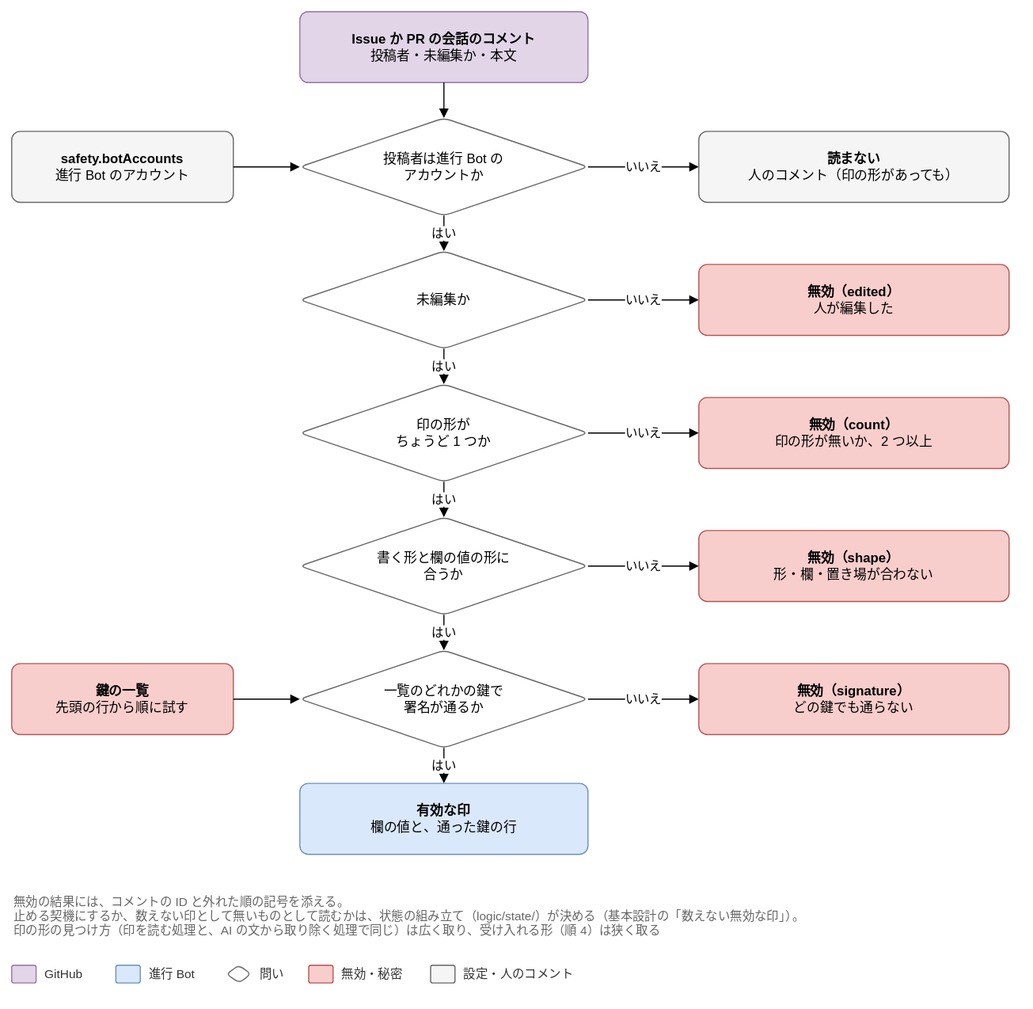
Above: docs/design/detailed/diagrams/03-read.drawio.svg in Joymerrevent/dev-autopilot (draw.io), before the change. Source tidied: cells renumbered, new cells last; positions are measured from the earlier drawing's top-left corner, leaving out a move shared by most shapes.
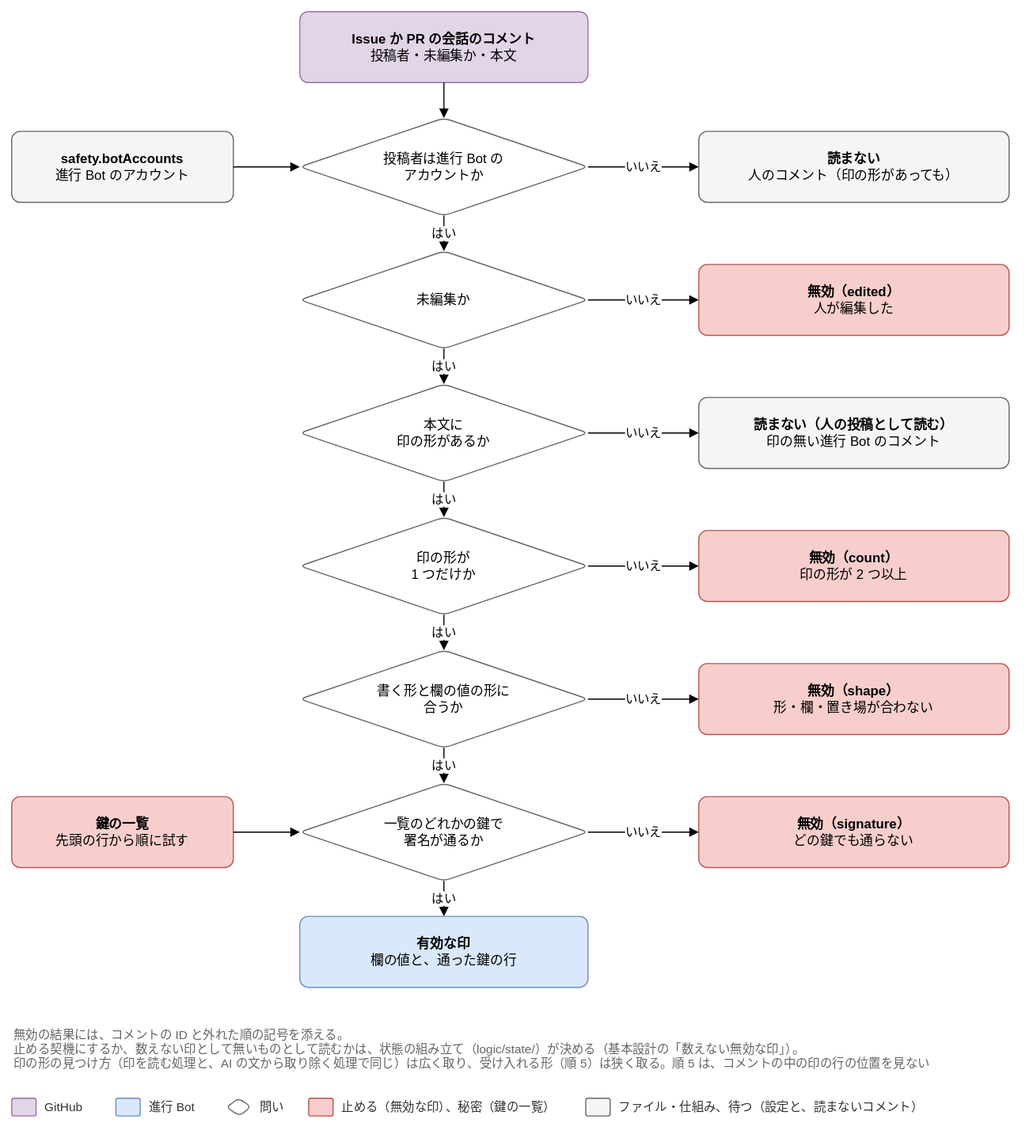
After the change.

What changed in the source:
```diff
@@ -3,13 +3,13 @@
     <mxCell id="0" />
     <mxCell id="1" parent="0" />
     <mxCell id="2" value="&lt;b&gt;Issue か PR の会話のコメント&lt;/b&gt;&lt;br&gt;投稿者・未編集か・本文" style="rounded=1;whiteSpace=wrap;html=1;fontSize=12;arcSize=12;spacing=12;fillColor=#e1d5e7;strokeColor=#9673a6;" parent="1" vertex="1">
-      <mxGeometry x="260" width="260" height="64" as="geometry" />
+      <mxGeometry x="260" y="-120" width="260" height="64" as="geometry" />
     </mxCell>
     <mxCell id="3" value="投稿者は進行 Bot の&lt;br&gt;アカウントか" style="rounded=1;whiteSpace=wrap;html=1;fontSize=12;arcSize=12;spacing=12;shape=rhombus;perimeter=rhombusPerimeter;fillColor=#ffffff;strokeColor=#666666;spacing=4;" parent="1" vertex="1">
-      <mxGeometry x="260" y="96" width="260" height="88" as="geometry" />
+      <mxGeometry x="260" y="-24" width="260" height="88" as="geometry" />
     </mxCell>
     <mxCell id="4" value="&lt;b&gt;読まない&lt;/b&gt;&lt;br&gt;人のコメント（印の形があっても）" style="rounded=1;whiteSpace=wrap;html=1;fontSize=12;arcSize=12;spacing=12;fillColor=#f5f5f5;strokeColor=#666666;" parent="1" vertex="1">
-      <mxGeometry x="620" y="108" width="280" height="64" as="geometry" />
+      <mxGeometry x="620" y="-12" width="280" height="64" as="geometry" />
     </mxCell>
     <mxCell id="5" style="edgeStyle=orthogonalEdgeStyle;rounded=1;html=1;endArrow=block;endFill=1;fontSize=11;labelBackgroundColor=#ffffff;exitX=0.5;exitY=1;exitDx=0;exitDy=0;entryX=0.5;entryY=0;entryDx=0;entryDy=0;" parent="1" edge="1" source="2" target="3">
       <mxGeometry relative="1" as="geometry" />
@@ -18,10 +18,10 @@
       <mxGeometry relative="1" as="geometry" />
     </mxCell>
     <mxCell id="7" value="未編集か" style="rounded=1;whiteSpace=wrap;html=1;fontSize=12;arcSize=12;spacing=12;shape=rhombus;perimeter=rhombusPerimeter;fillColor=#ffffff;strokeColor=#666666;spacing=4;" parent="1" vertex="1">
-      <mxGeometry x="260" y="216" width="260" height="88" as="geometry" />
+      <mxGeometry x="260" y="96" width="260" height="88" as="geometry" />
     </mxCell>
     <mxCell id="8" value="&lt;b&gt;無効（edited）&lt;/b&gt;&lt;br&gt;人が編集した" style="rounded=1;whiteSpace=wrap;html=1;fontSize=12;arcSize=12;spacing=12;fillColor=#f8cecc;strokeColor=#b85450;" parent="1" vertex="1">
-      <mxGeometry x="620" y="228" width="280" height="64" as="geometry" />
+      <mxGeometry x="620" y="108" width="280" height="64" as="geometry" />
     </mxCell>
     <mxCell id="9" value="はい" style="edgeStyle=orthogonalEdgeStyle;rounded=1;html=1;endArrow=block;endFill=1;fontSize=11;labelBackgroundColor=#ffffff;exitX=0.5;exitY=1;exitDx=0;exitDy=0;entryX=0.5;entryY=0;entryDx=0;entryDy=0;" parent="1" edge="1" source="3" target="7">
       <mxGeometry relative="1" as="geometry" />
@@ -29,13 +29,25 @@
     <mxCell id="10" value="いいえ" style="edgeStyle=orthogonalEdgeStyle;rounded=1;html=1;endArrow=block;endFill=1;fontSize=11;labelBackgroundColor=#ffffff;exitX=1;exitY=0.5;exitDx=0;exitDy=0;entryX=0;entryY=0.5;entryDx=0;entryDy=0;" parent="1" edge="1" source="7" target="8">
       <mxGeometry relative="1" as="geometry" />
     </mxCell>
+    <mxCell id="40" value="本文に&lt;br&gt;印の形があるか" style="rounded=1;whiteSpace=wrap;html=1;fontSize=12;arcSize=12;spacing=12;shape=rhombus;perimeter=rhombusPerimeter;fillColor=#ffffff;strokeColor=#666666;spacing=4;" parent="1" vertex="1">
+      <mxGeometry x="260" y="216" width="260" height="88" as="geometry" />
+    </mxCell>
+    <mxCell id="41" value="&lt;b&gt;読まない（人の投稿として読む）&lt;/b&gt;&lt;br&gt;印の無い進行 Bot のコメント" style="rounded=1;whiteSpace=wrap;html=1;fontSize=12;arcSize=12;spacing=12;fillColor=#f5f5f5;strokeColor=#666666;" parent="1" vertex="1">
+      <mxGeometry x="620" y="228" width="280" height="64" as="geometry" />
+    </mxCell>
+    <mxCell id="42" value="はい" style="edgeStyle=orthogonalEdgeStyle;rounded=1;html=1;endArrow=block;endFill=1;fontSize=11;labelBackgroundColor=#ffffff;exitX=0.5;exitY=1;exitDx=0;exitDy=0;entryX=0.5;entryY=0;entryDx=0;entryDy=0;" parent="1" edge="1" source="7" target="40">
+      <mxGeometry relative="1" as="geometry" />
+    </mxCell>
+    <mxCell id="43" value="いいえ" style="edgeStyle=orthogonalEdgeStyle;rounded=1;html=1;endArrow=block;endFill=1;fontSize=11;labelBackgroundColor=#ffffff;exitX=1;exitY=0.5;exitDx=0;exitDy=0;entryX=0;entryY=0.5;entryDx=0;entryDy=0;" parent="1" edge="1" source="40" target="41">
+      <mxGeometry relative="1" as="geometry" />
+    </mxCell>
-    <mxCell id="11" value="印の形が&lt;br&gt;ちょうど 1 つか" style="rounded=1;whiteSpace=wrap;html=1;fontSize=12;arcSize=12;spacing=12;shape=rhombus;perimeter=rhombusPerimeter;fillColor=#ffffff;strokeColor=#666666;spacing=4;" parent="1" vertex="1">
+    <mxCell id="11" value="印の形が&lt;br&gt;1 つだけか" style="rounded=1;whiteSpace=wrap;html=1;fontSize=12;arcSize=12;spacing=12;shape=rhombus;perimeter=rhombusPerimeter;fillColor=#ffffff;strokeColor=#666666;spacing=4;" parent="1" vertex="1">
       <mxGeometry x="260" y="336" width="260" height="88" as="geometry" />
     </mxCell>
-    <mxCell id="12" value="&lt;b&gt;無効（count）&lt;/b&gt;&lt;br&gt;印の形が無いか、2 つ以上" style="rounded=1;whiteSpace=wrap;html=1;fontSize=12;arcSize=12;spacing=12;fillColor=#f8cecc;strokeColor=#b85450;" parent="1" vertex="1">
+    <mxCell id="12" value="&lt;b&gt;無効（count）&lt;/b&gt;&lt;br&gt;印の形が 2 つ以上" style="rounded=1;whiteSpace=wrap;html=1;fontSize=12;arcSize=12;spacing=12;fillColor=#f8cecc;strokeColor=#b85450;" parent="1" vertex="1">
       <mxGeometry x="620" y="348" width="280" height="64" as="geometry" />
     </mxCell>
-    <mxCell id="13" value="はい" style="edgeStyle=orthogonalEdgeStyle;rounded=1;html=1;endArrow=block;endFill=1;fontSize=11;labelBackgroundColor=#ffffff;exitX=0.5;exitY=1;exitDx=0;exitDy=0;entryX=0.5;entryY=0;entryDx=0;entryDy=0;" parent="1" edge="1" source="7" target="11">
+    <mxCell id="13" value="はい" style="edgeStyle=orthogonalEdgeStyle;rounded=1;html=1;endArrow=block;endFill=1;fontSize=11;labelBackgroundColor=#ffffff;exitX=0.5;exitY=1;exitDx=0;exitDy=0;entryX=0.5;entryY=0;entryDx=0;entryDy=0;" parent="1" edge="1" source="40" target="11">
       <mxGeometry relative="1" as="geometry" />
     </mxCell>
     <mxCell id="14" value="いいえ" style="edgeStyle=orthogonalEdgeStyle;rounded=1;html=1;endArrow=block;endFill=1;fontSize=11;labelBackgroundColor=#ffffff;exitX=1;exitY=0.5;exitDx=0;exitDy=0;entryX=0;entryY=0.5;entryDx=0;entryDy=0;" parent="1" edge="1" source="11" target="12">
@@ -72,7 +84,7 @@
       <mxGeometry relative="1" as="geometry" />
     </mxCell>
     <mxCell id="25" value="&lt;b&gt;safety.botAccounts&lt;/b&gt;&lt;br&gt;進行 Bot のアカウント" style="rounded=1;whiteSpace=wrap;html=1;fontSize=12;arcSize=12;spacing=12;fillColor=#f5f5f5;strokeColor=#666666;" parent="1" vertex="1">
-      <mxGeometry y="108" width="200" height="64" as="geometry" />
+      <mxGeometry y="-12" width="200" height="64" as="geometry" />
     </mxCell>
     <mxCell id="26" style="edgeStyle=orthogonalEdgeStyle;rounded=1;html=1;endArrow=block;endFill=1;fontSize=11;labelBackgroundColor=#ffffff;exitX=1;exitY=0.5;exitDx=0;exitDy=0;entryX=0;entryY=0.5;entryDx=0;entryDy=0;" parent="1" edge="1" source="25" target="3">
       <mxGeometry relative="1" as="geometry" />
@@ -83,7 +95,7 @@
     <mxCell id="28" style="edgeStyle=orthogonalEdgeStyle;rounded=1;html=1;endArrow=block;endFill=1;fontSize=11;labelBackgroundColor=#ffffff;exitX=1;exitY=0.5;exitDx=0;exitDy=0;entryX=0;entryY=0.5;entryDx=0;entryDy=0;" parent="1" edge="1" source="27" target="19">
       <mxGeometry relative="1" as="geometry" />
     </mxCell>
-    <mxCell id="29" value="無効の結果には、コメントの ID と外れた順の記号を添える。&lt;br&gt;止める契機にするか、数えない印として無いものとして読むかは、状態の組み立て（logic/state/）が決める（基本設計の「数えない無効な印」）。&lt;br&gt;印の形の見つけ方（印を読む処理と、AI の文から取り除く処理で同じ）は広く取り、受け入れる形（順 4）は狭く取る" style="text;html=1;whiteSpace=wrap;align=left;verticalAlign=top;fontSize=11;fontColor=#666666;" parent="1" vertex="1">
+    <mxCell id="29" value="無効の結果には、コメントの ID と外れた順の記号を添える。&lt;br&gt;止める契機にするか、数えない印として無いものとして読むかは、状態の組み立て（logic/state/）が決める（基本設計の「数えない無効な印」）。&lt;br&gt;印の形の見つけ方（印を読む処理と、AI の文から取り除く処理で同じ）は広く取り、受け入れる形（順 5）は狭く取る。順 5 は、コメントの中の印の行の位置を見ない" style="text;html=1;whiteSpace=wrap;align=left;verticalAlign=top;fontSize=11;fontColor=#666666;" parent="1" vertex="1">
       <mxGeometry y="790" width="900" height="52" as="geometry" />
     </mxCell>
     <mxCell id="30" style="rounded=1;whiteSpace=wrap;html=1;fontSize=12;arcSize=12;spacing=12;fillColor=#e1d5e7;strokeColor=#9673a6;" parent="1" vertex="1">
@@ -107,14 +119,14 @@
     <mxCell id="36" style="rounded=1;whiteSpace=wrap;html=1;fontSize=12;arcSize=12;spacing=12;fillColor=#f8cecc;strokeColor=#b85450;" parent="1" vertex="1">
       <mxGeometry x="268" y="860" width="22" height="16" as="geometry" />
     </mxCell>
-    <mxCell id="37" value="無効・秘密" style="text;html=1;align=left;verticalAlign=middle;fontSize=11;fontColor=#333333;" parent="1" vertex="1">
-      <mxGeometry x="296" y="858" width="66" height="20" as="geometry" />
+    <mxCell id="37" value="止める（無効な印）、秘密（鍵の一覧）" style="text;html=1;align=left;verticalAlign=middle;fontSize=11;fontColor=#333333;" parent="1" vertex="1">
+      <mxGeometry x="296" y="858" width="206" height="20" as="geometry" />
     </mxCell>
     <mxCell id="38" style="rounded=1;whiteSpace=wrap;html=1;fontSize=12;arcSize=12;spacing=12;fillColor=#f5f5f5;strokeColor=#666666;" parent="1" vertex="1">
-      <mxGeometry x="378" y="860" width="22" height="16" as="geometry" />
+      <mxGeometry x="518" y="860" width="22" height="16" as="geometry" />
     </mxCell>
-    <mxCell id="39" value="設定・人のコメント" style="text;html=1;align=left;verticalAlign=middle;fontSize=11;fontColor=#333333;" parent="1" vertex="1">
-      <mxGeometry x="406" y="858" width="118" height="20" as="geometry" />
+    <mxCell id="39" value="ファイル・仕組み、待つ（設定と、読まないコメント）" style="text;html=1;align=left;verticalAlign=middle;fontSize=11;fontColor=#333333;" parent="1" vertex="1">
+      <mxGeometry x="546" y="858" width="290" height="20" as="geometry" />
     </mxCell>
   </root>
 </mxGraphModel>
```
